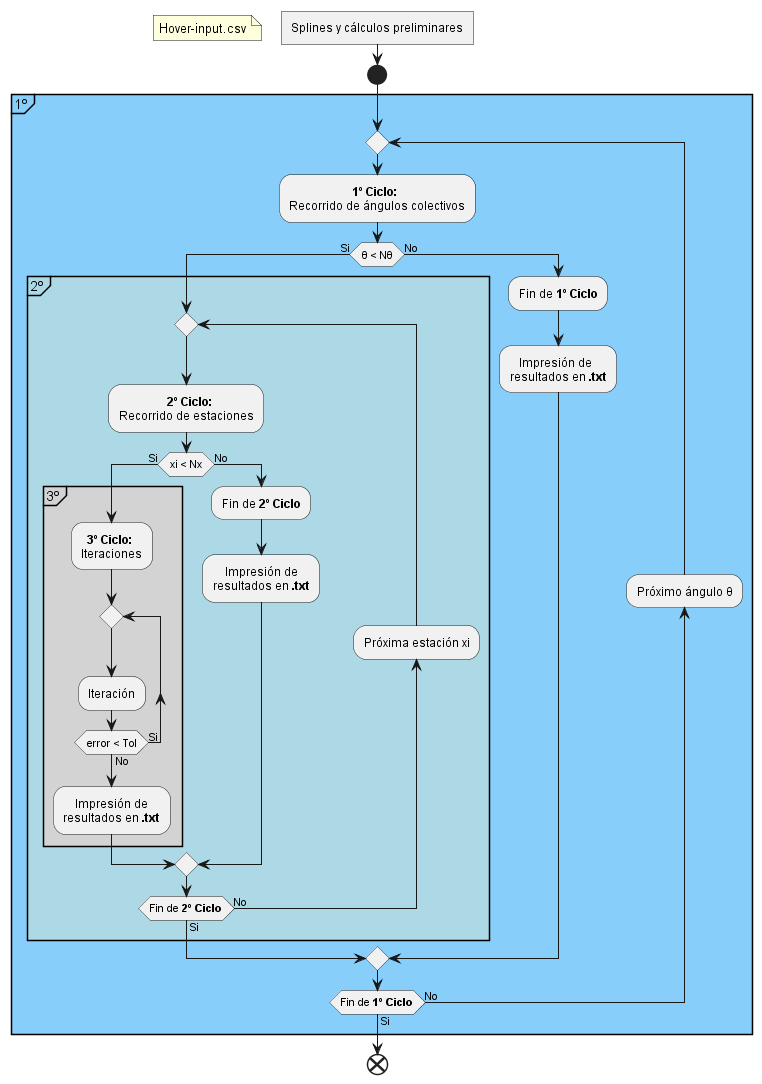
Before: Images/Hover-diagrama_de_flujo.png, a diagram exported from PlantUML (MartinPepa/Aero-II-codigos). The source it was exported from:
```plantuml
@startuml Hover-Fiagrama-de-Flujo

<style>
activityDiagram {
    FontName arial
}
</style>

:Splines y cálculos preliminares]
floating note left: Hover-input.csv

start
partition 1º #LightSkyBlue {
repeat
    :\t\t     **1º Ciclo:**\nRecorrido de ángulos colectivos;
    if (θ < Nθ) then (Si)
        partition 2º #LightBlue {
        repeat
            :\t\t**2º Ciclo:**\nRecorrido de estaciones;
            if (xi < Nx) then (Si)
                partition 3º #LightGrey {
                :  **3º Ciclo:**\nIteraciones;
                repeat
                    :Iteración;
                repeat while (error < Tol) is (Si) not (No)
                :    Impresión de
                resultados en **.txt**;
                }
            else (No)
                :Fin de **2º Ciclo**;
                :    Impresión de
                resultados en **.txt**;
            endif
            backward:Próxima estación xi;
        repeat while (Fin de **2º Ciclo**) is (No) not (Si)
        }
    else (No)
        :Fin de **1º Ciclo**;
        :   Impresión de\nresultados en **.txt**;
    endif
    backward :Próximo ángulo θ;
repeat while (Fin de **1º Ciclo**) is (No) not (Si)
}
end

@endump
```
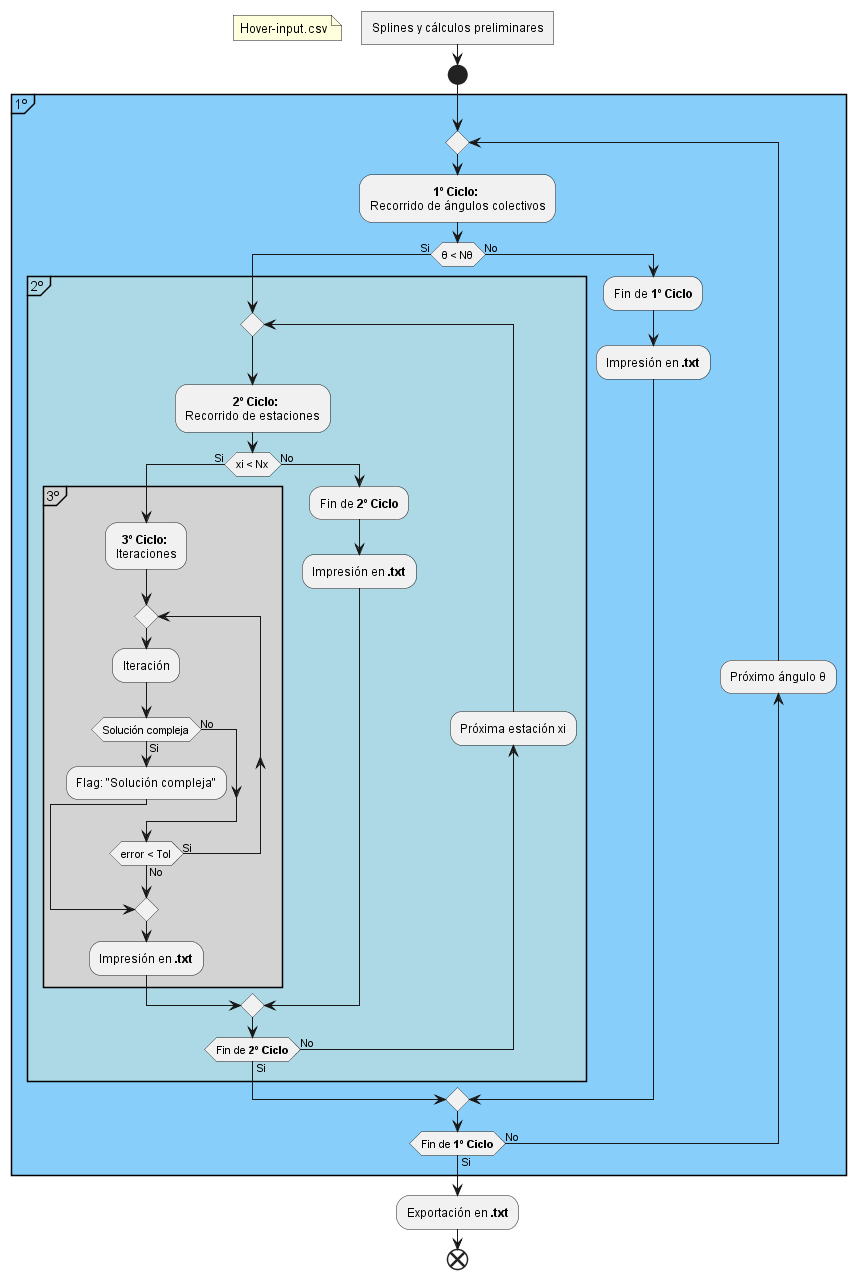
Above is the later version.

Change to the diagram source:
```diff
@@ -1,4 +1,4 @@
-@startuml Hover-Fiagrama-de-Flujo
+@startuml Hover-diagrama_de_flujo
 
 <style>
 activityDiagram {
@@ -11,36 +11,40 @@
 
 start
 partition 1º #LightSkyBlue {
-repeat
-    :\t\t     **1º Ciclo:**\nRecorrido de ángulos colectivos;
-    if (θ < Nθ) then (Si)
-        partition 2º #LightBlue {
-        repeat
-            :\t\t**2º Ciclo:**\nRecorrido de estaciones;
-            if (xi < Nx) then (Si)
-                partition 3º #LightGrey {
-                :  **3º Ciclo:**\nIteraciones;
+    repeat
+        :\t\t     **1º Ciclo:**\nRecorrido de ángulos colectivos;
+        if (θ < Nθ) then (Si)
+            partition 2º #LightBlue {
                 repeat
-                    :Iteración;
-                repeat while (error < Tol) is (Si) not (No)
-                :    Impresión de
-                resultados en **.txt**;
-                }
-            else (No)
-                :Fin de **2º Ciclo**;
-                :    Impresión de
-                resultados en **.txt**;
-            endif
-            backward:Próxima estación xi;
-        repeat while (Fin de **2º Ciclo**) is (No) not (Si)
-        }
-    else (No)
-        :Fin de **1º Ciclo**;
-        :   Impresión de\nresultados en **.txt**;
-    endif
+                    :\t\t**2º Ciclo:**\nRecorrido de estaciones;
+                    if (xi < Nx) then (Si)
+                        partition 3º #LightGrey {
+                            :  **3º Ciclo:**\nIteraciones;
+                            repeat
+                                :Iteración;
+                                if (Solución compleja) then (Si)
+                                    :Flag: "Solución compleja";
+                                break
+                                else (No)
+                                endif
+                            repeat while (error < Tol) is (Si) not (No)
+                            :Impresión en **.txt**;
+                        }
+                    else (No)
+                        :Fin de **2º Ciclo**;
+                        :Impresión en **.txt**;
+                    endif
+                backward:Próxima estación xi;
+                repeat while (Fin de **2º Ciclo**) is (No) not (Si)
+            }
+        else (No)
+            :Fin de **1º Ciclo**;
+            :Impresión en **.txt**;
+        endif
     backward :Próximo ángulo θ;
-repeat while (Fin de **1º Ciclo**) is (No) not (Si)
+    repeat while (Fin de **1º Ciclo**) is (No) not (Si)
 }
+:Exportación en **.txt**;
 end
 
 @endump
```
